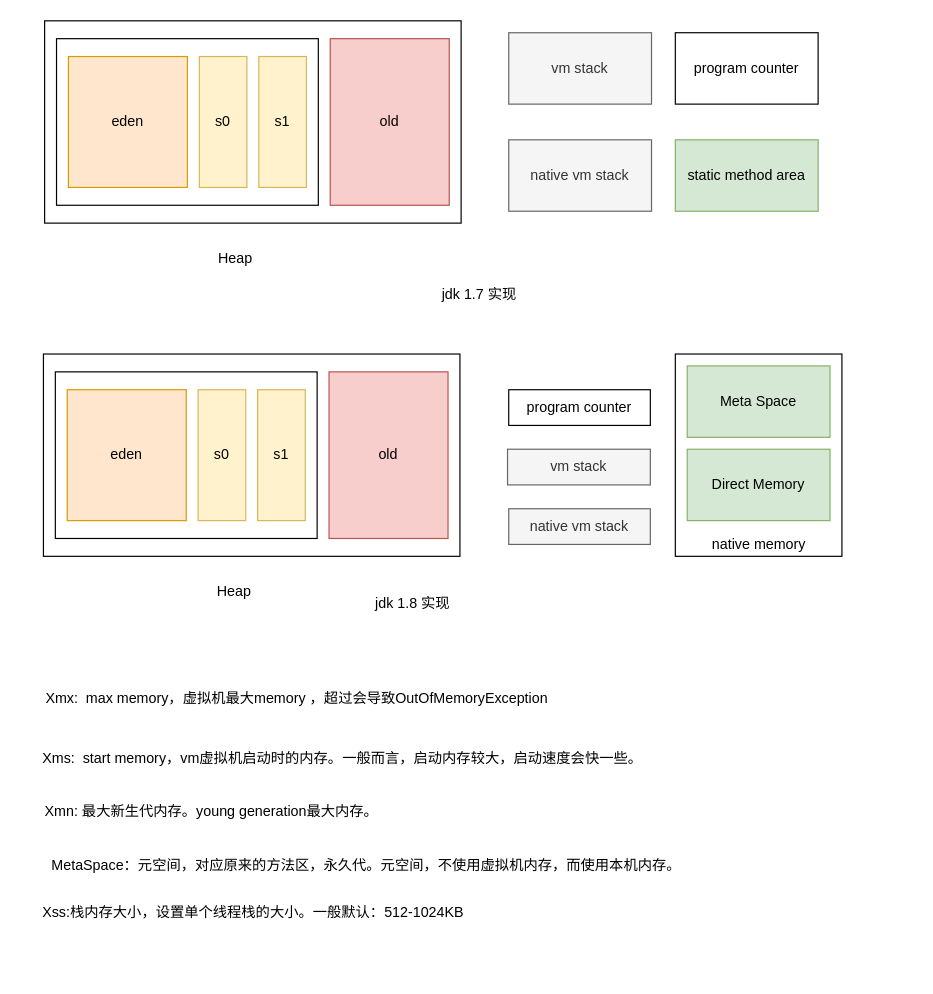
ameryzhu/JavaCamp keeps this draw.io diagram as week01/02/jvm.drawio. Above is the earlier version. Source tidied: cells renumbered, new cells numbered last; positions are measured from the earlier drawing's top-left corner, leaving out a move shared by most shapes. Both pictures are drawn from the tidied source at 119%, with x=0, y=0 at pixel (20, 20).
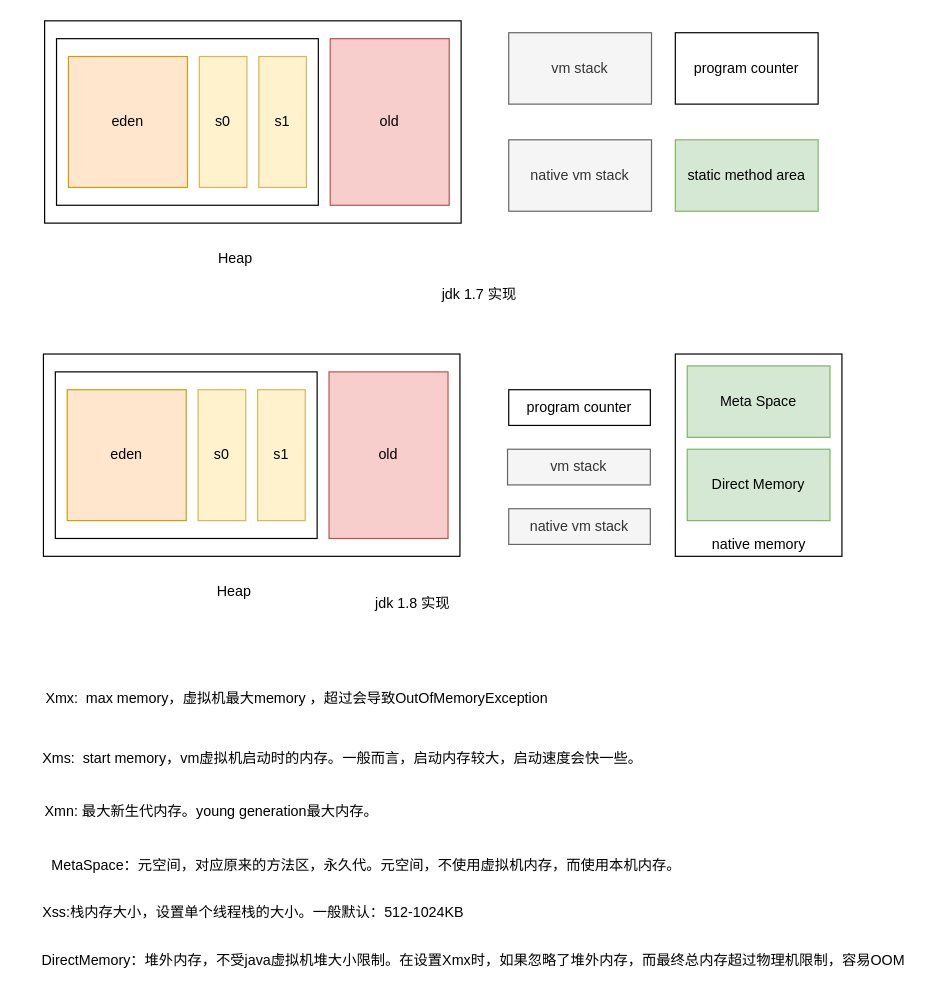
The same diagram, later.

Change to the diagram source:
```diff
@@
+    <mxCell id="34" value="DirectMemory：堆外内存，不受java虚拟机堆大小限制。在设置Xmx时，如果忽略了堆外内存，而最终总内存超过物理机限制，容易OOM" style="text;html=1;align=center;verticalAlign=middle;strokeColor=none;" parent="1" vertex="1">
+      <mxGeometry x="10" y="780" width="740" height="20" as="geometry" />
+    </mxCell>
```
